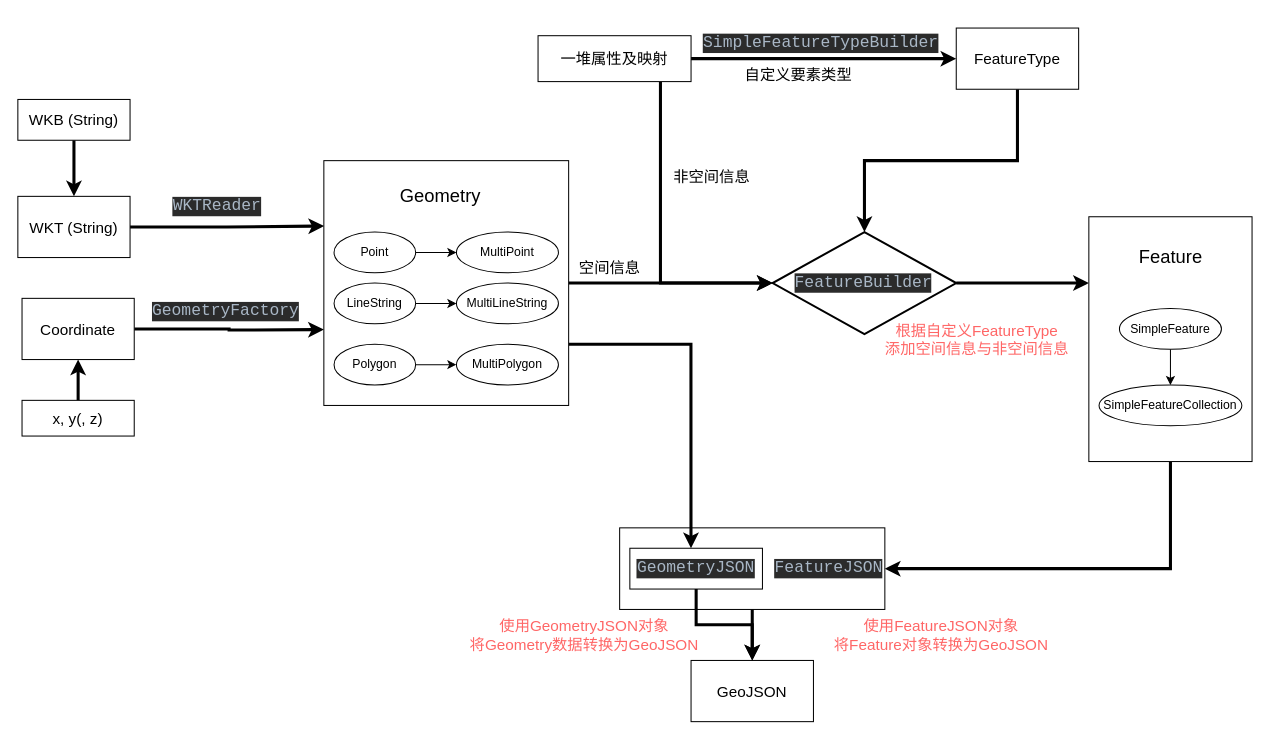
Before: webgis.drawio in angzhijin/DrawIOProject, a draw.io diagram. Source tidied: cells renumbered, new cells numbered last; positions are measured from the earlier drawing's top-left corner, leaving out a move shared by most shapes. Both pictures are drawn from the tidied source at 102%, with x=0, y=0 at pixel (17, 28).
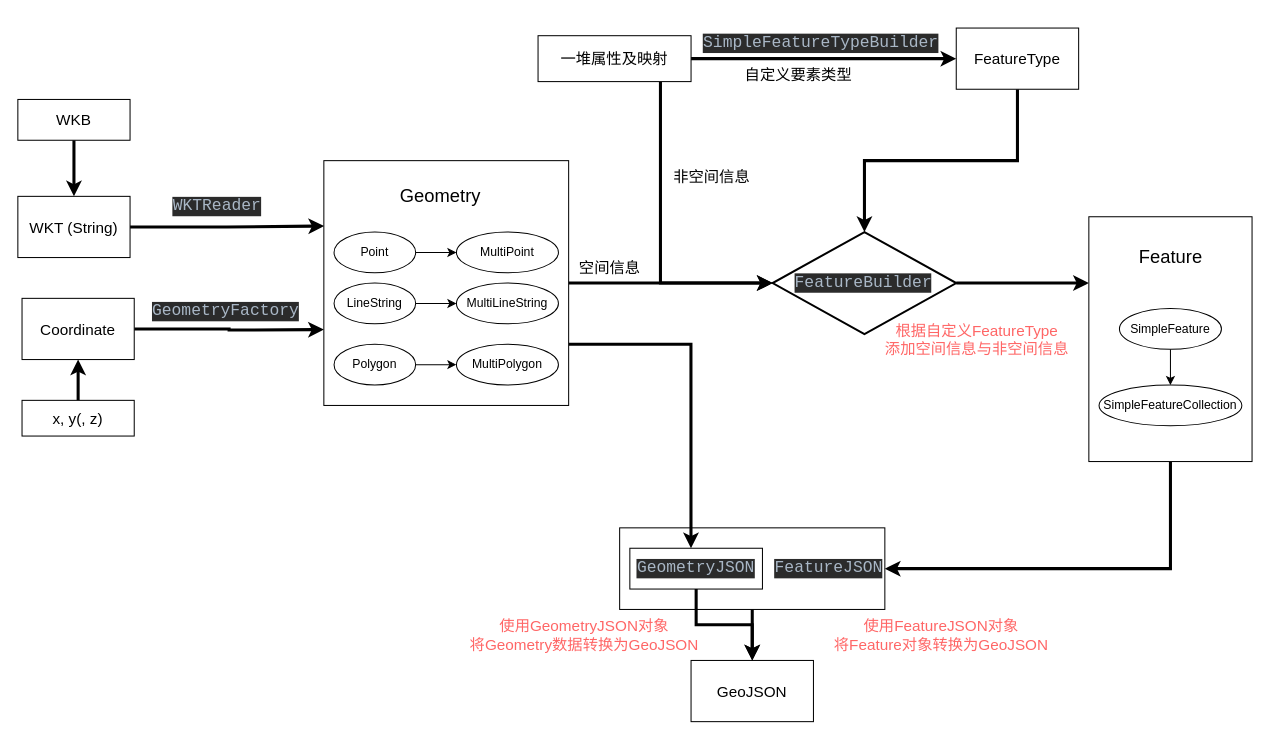
Above is the later version.

Diff of the diagram source:
```diff
@@
-    <mxCell id="45" value="&lt;font style=&quot;font-size: 15px;&quot;&gt;WKB (String)&lt;/font&gt;" style="rounded=0;whiteSpace=wrap;html=1;fontSize=18;" parent="1" vertex="1">
+    <mxCell id="45" value="&lt;font style=&quot;font-size: 15px;&quot;&gt;WKB&lt;/font&gt;" style="rounded=0;whiteSpace=wrap;html=1;fontSize=18;" parent="1" vertex="1">
       <mxGeometry y="70" width="110" height="40" as="geometry" />
     </mxCell>
```
